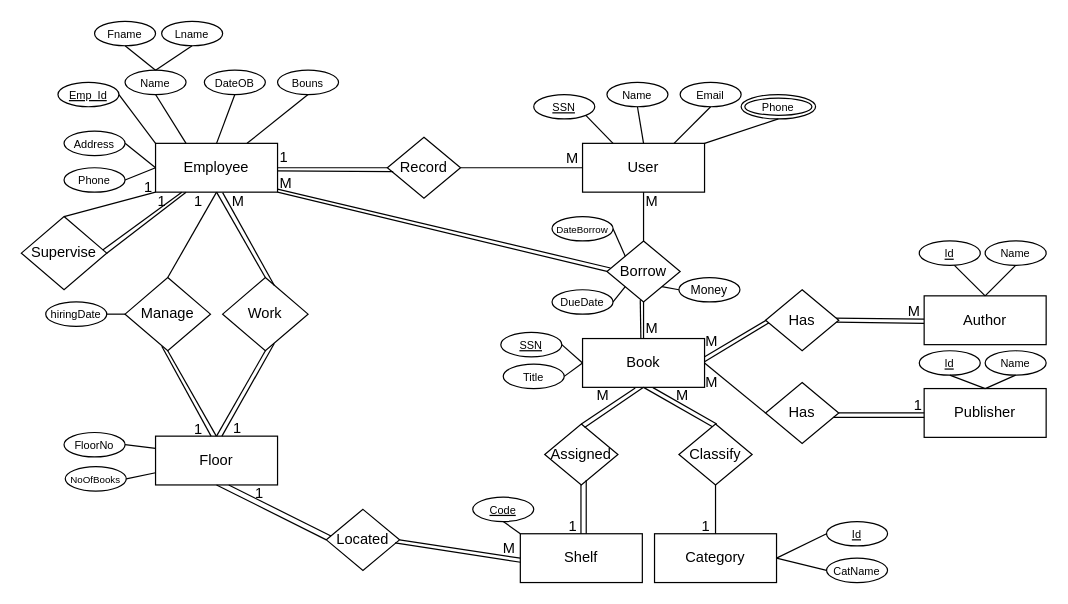
Before: ERD/Library.drawio in omareldesokyy/ERD, a draw.io diagram. Source tidied: cells renumbered, new cells numbered last; positions are measured from the earlier drawing's top-left corner, leaving out a move shared by most shapes. Both pictures are drawn from the tidied source at 122%, with x=0, y=0 at pixel (21, 21).
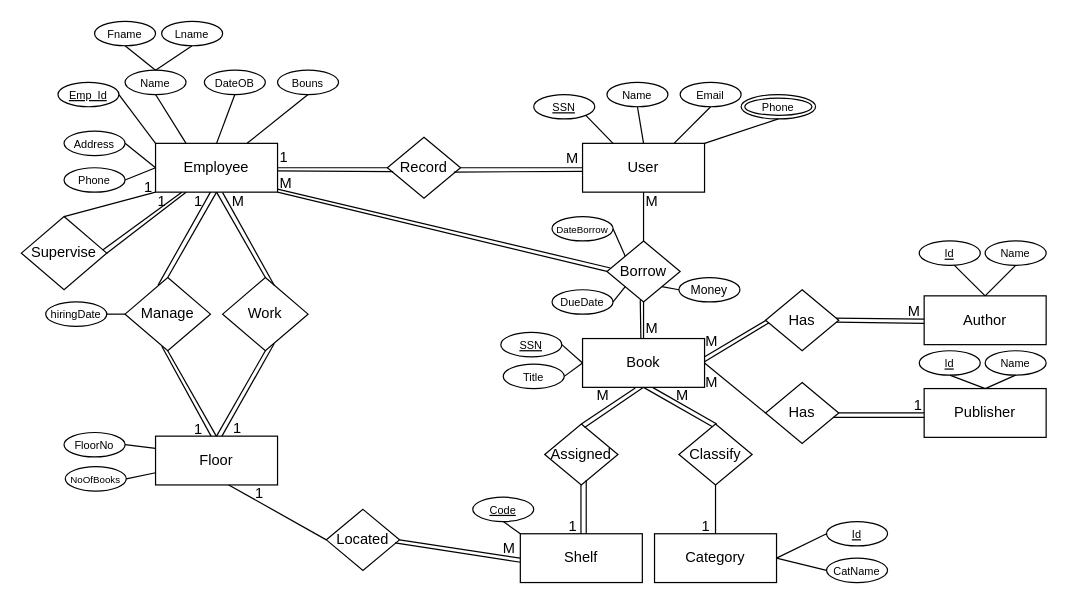
After the change.

The change refers to these unchanged cells:
```xml
<mxCell id="5" value="Floor" style="whiteSpace=wrap;html=1;align=center;" parent="1" vertex="1">
  <mxGeometry x="110" y="340" width="100" height="40" as="geometry" />
</mxCell>
<mxCell id="9" value="Record" style="shape=rhombus;perimeter=rhombusPerimeter;whiteSpace=wrap;html=1;align=center;" parent="1" vertex="1">
  <mxGeometry x="300" y="95" width="60" height="50" as="geometry" />
</mxCell>
<mxCell id="12" value="Manage" style="shape=rhombus;perimeter=rhombusPerimeter;whiteSpace=wrap;html=1;align=center;" parent="1" vertex="1">
  <mxGeometry x="85" y="210" width="70" height="60" as="geometry" />
</mxCell>
<mxCell id="32" value="Located" style="shape=rhombus;perimeter=rhombusPerimeter;whiteSpace=wrap;html=1;align=center;" parent="1" vertex="1">
  <mxGeometry x="250" y="400" width="60" height="50" as="geometry" />
</mxCell>
```

The edit, as a diff of the source:
```diff
@@
-    <mxCell id="33" style="endArrow=none;html=1;rounded=0;exitX=0;exitY=0.5;exitDx=0;exitDy=0;entryX=0.5;entryY=1;entryDx=0;entryDy=0;" parent="1" edge="1" source="32" target="5">
-      <mxGeometry relative="1" as="geometry" />
-    </mxCell>
@@
-    <mxCell id="92" value="M" style="html=1;whiteSpace=wrap;align=left;verticalAlign=bottom;direction=south;" parent="1" vertex="1">
+    <mxCell id="92" value="M" style="html=1;whiteSpace=wrap;align=left;verticalAlign=bottom;direction=west;" parent="1" vertex="1">
       <mxGeometry x="510" y="156" as="geometry" />
     </mxCell>
@@
-    <mxCell id="127" style="endArrow=none;html=1;rounded=0;exitX=0.063;exitY=0.438;exitDx=0;exitDy=0;entryX=0.5;entryY=1;entryDx=0;entryDy=0;exitPerimeter=0;" parent="1" edge="1" source="32">
+    <mxCell id="127" style="endArrow=none;html=1;rounded=0;exitX=0;exitY=0.5;exitDx=0;exitDy=0;entryX=0.5;entryY=1;entryDx=0;entryDy=0;" parent="1" edge="1" source="32">
       <mxGeometry relative="1" as="geometry">
         <mxPoint x="170" y="380" as="targetPoint" />
       </mxGeometry>
     </mxCell>
@@
+    <mxCell id="131" style="endArrow=none;html=1;rounded=0;exitX=0.387;exitY=0.104;exitDx=0;exitDy=0;entryX=0.5;entryY=1;entryDx=0;entryDy=0;exitPerimeter=0;" parent="1" edge="1" source="12">
+      <mxGeometry relative="1" as="geometry">
+        <mxPoint x="155" y="140" as="targetPoint" />
+      </mxGeometry>
+    </mxCell>
+    <mxCell id="132" style="endArrow=none;html=1;rounded=0;exitX=0.908;exitY=0.57;exitDx=0;exitDy=0;entryX=0;entryY=0.5;entryDx=0;entryDy=0;exitPerimeter=0;" parent="1" edge="1" source="9">
+      <mxGeometry relative="1" as="geometry">
+        <mxPoint x="460" y="123" as="targetPoint" />
+      </mxGeometry>
+    </mxCell>
```
